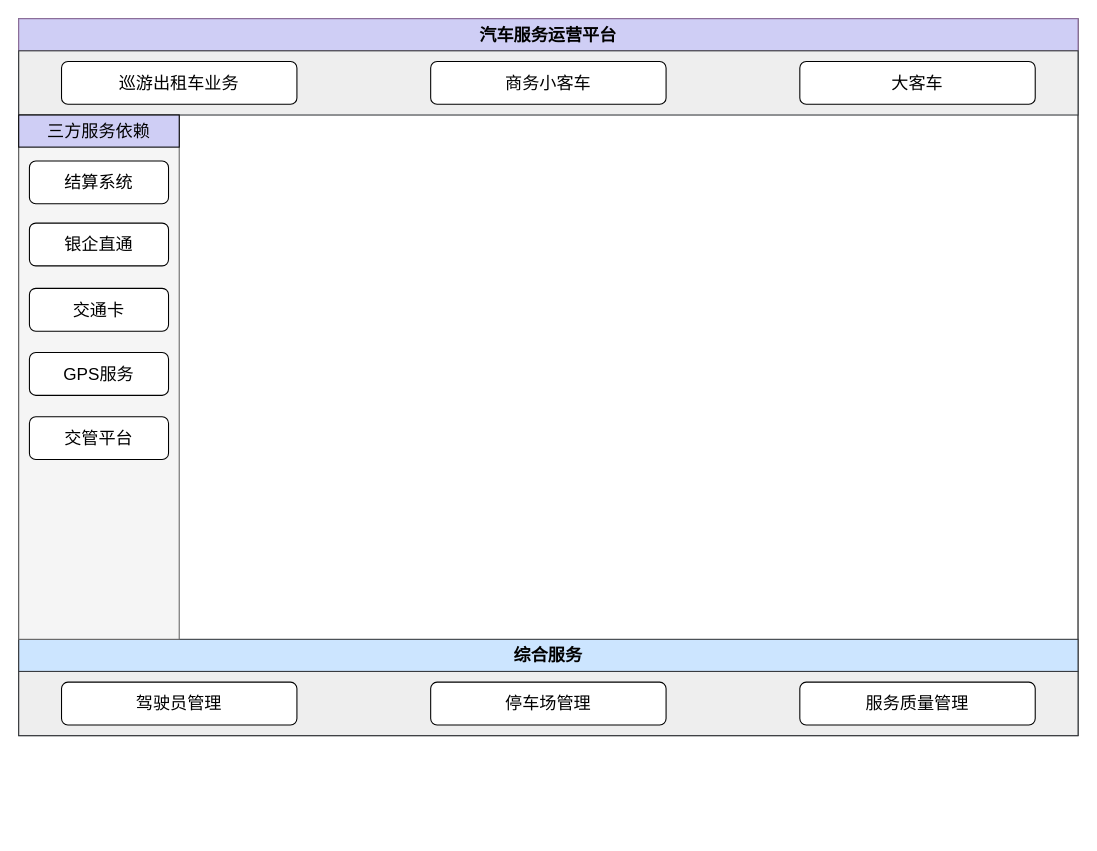
The draw.io diagram 汽车公司业务流程图.drawio in ammengke/my-drawio, before the edit. Source tidied: cells renumbered, new cells numbered last; positions are measured from the earlier drawing's top-left corner, leaving out a move shared by most shapes. Both pictures are drawn from the tidied source at 107%, with x=0, y=0 at pixel (18, 18).
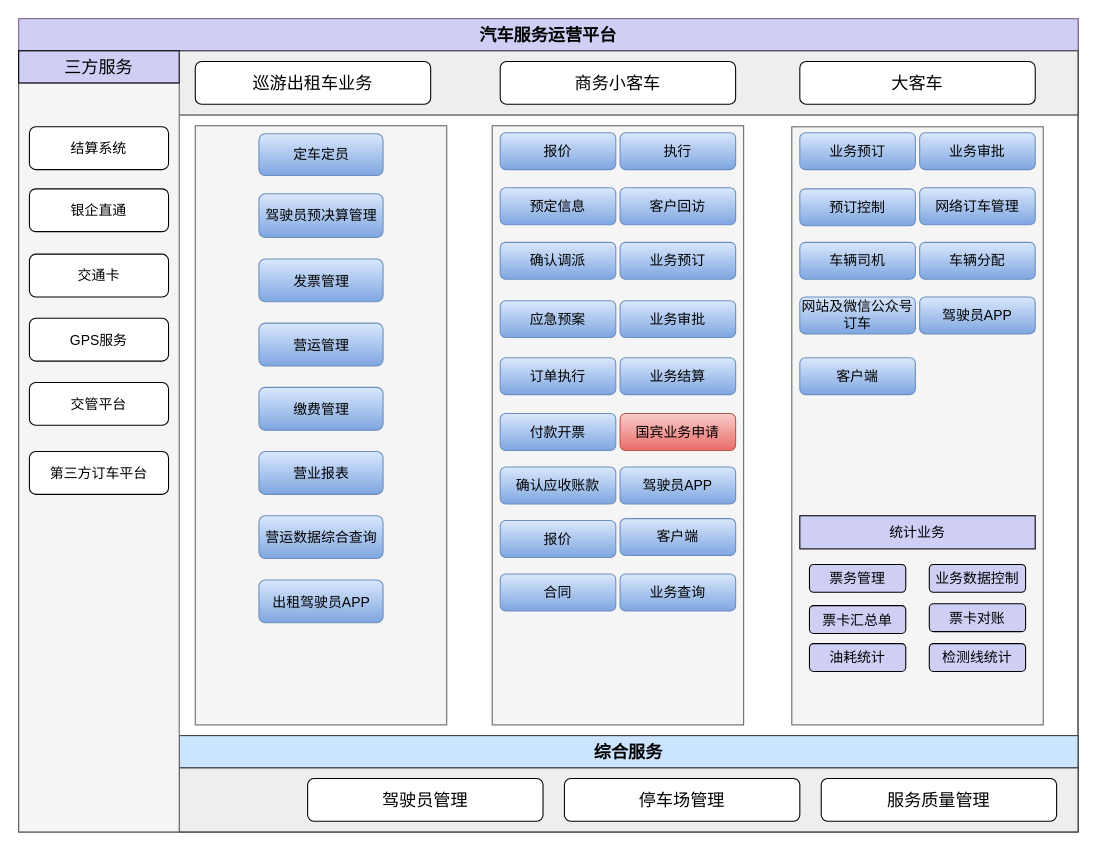
After the change.

Commit message (it also covers changes not shown here):
更新汽车公司业务流程图.drawio

Diff of the diagram source:
```diff
@@
     <mxCell id="2" style="rounded=0;whiteSpace=wrap;html=1;" parent="1" vertex="1">
-      <mxGeometry width="990" height="670" as="geometry" />
+      <mxGeometry width="990" height="760" as="geometry" />
     </mxCell>
@@
     <mxCell id="5" value="巡游出租车业务" style="rounded=1;whiteSpace=wrap;html=1;fontSize=16;" parent="1" vertex="1">
-      <mxGeometry x="40" y="40" width="220" height="40" as="geometry" />
+      <mxGeometry x="165" y="40" width="220" height="40" as="geometry" />
     </mxCell>
     <mxCell id="6" value="商务小客车" style="rounded=1;whiteSpace=wrap;html=1;fontSize=16;" parent="1" vertex="1">
-      <mxGeometry x="385" y="40" width="220" height="40" as="geometry" />
+      <mxGeometry x="450" y="40" width="220" height="40" as="geometry" />
     </mxCell>
@@
     <mxCell id="8" style="rounded=0;whiteSpace=wrap;html=1;fontSize=16;fillColor=#eeeeee;strokeColor=#36393d;" parent="1" vertex="1">
-      <mxGeometry y="610" width="990" height="60" as="geometry" />
+      <mxGeometry x="150" y="700" width="840" height="60" as="geometry" />
     </mxCell>
     <mxCell id="9" value="综合服务" style="rounded=0;whiteSpace=wrap;html=1;fillColor=#cce5ff;strokeColor=#36393d;fontStyle=1;fontSize=16;" parent="1" vertex="1">
-      <mxGeometry y="580" width="990" height="30" as="geometry" />
+      <mxGeometry x="150" y="670" width="840" height="30" as="geometry" />
     </mxCell>
     <mxCell id="10" value="驾驶员管理" style="rounded=1;whiteSpace=wrap;html=1;fontSize=16;" parent="1" vertex="1">
-      <mxGeometry x="40" y="620" width="220" height="40" as="geometry" />
+      <mxGeometry x="270" y="710" width="220" height="40" as="geometry" />
     </mxCell>
     <mxCell id="11" value="停车场管理" style="rounded=1;whiteSpace=wrap;html=1;fontSize=16;" parent="1" vertex="1">
-      <mxGeometry x="385" y="620" width="220" height="40" as="geometry" />
+      <mxGeometry x="510" y="710" width="220" height="40" as="geometry" />
     </mxCell>
     <mxCell id="12" value="服务质量管理" style="rounded=1;whiteSpace=wrap;html=1;fontSize=16;" parent="1" vertex="1">
-      <mxGeometry x="730" y="620" width="220" height="40" as="geometry" />
+      <mxGeometry x="750" y="710" width="220" height="40" as="geometry" />
     </mxCell>
     <mxCell id="13" style="rounded=0;whiteSpace=wrap;html=1;fontSize=16;fillColor=#f5f5f5;strokeColor=#666666;fontColor=#333333;" parent="1" vertex="1">
-      <mxGeometry y="90" width="150" height="490" as="geometry" />
+      <mxGeometry y="60" width="150" height="700" as="geometry" />
     </mxCell>
-    <mxCell id="14" value="三方服务依赖" style="rounded=0;whiteSpace=wrap;html=1;fontSize=16;fillColor=#CFCEF5;" parent="1" vertex="1">
-      <mxGeometry y="90" width="150" height="30" as="geometry" />
+    <mxCell id="14" value="三方服务" style="rounded=0;whiteSpace=wrap;html=1;fontSize=16;fillColor=#CFCEF5;" parent="1" vertex="1">
+      <mxGeometry y="30" width="150" height="30" as="geometry" />
     </mxCell>
-    <mxCell id="15" value="结算系统" style="rounded=1;whiteSpace=wrap;html=1;fontSize=16;" parent="1" vertex="1">
-      <mxGeometry x="10" y="133" width="130" height="40" as="geometry" />
+    <mxCell id="15" value="结算系统" style="rounded=1;whiteSpace=wrap;html=1;fontSize=13;" parent="1" vertex="1">
+      <mxGeometry x="10" y="101" width="130" height="40" as="geometry" />
     </mxCell>
-    <mxCell id="16" value="银企直通" style="rounded=1;whiteSpace=wrap;html=1;fontSize=16;" parent="1" vertex="1">
-      <mxGeometry x="10" y="191" width="130" height="40" as="geometry" />
+    <mxCell id="16" value="银企直通" style="rounded=1;whiteSpace=wrap;html=1;fontSize=13;" parent="1" vertex="1">
+      <mxGeometry x="10" y="159" width="130" height="40" as="geometry" />
     </mxCell>
-    <mxCell id="17" value="交通卡" style="rounded=1;whiteSpace=wrap;html=1;fontSize=16;" parent="1" vertex="1">
-      <mxGeometry x="10" y="252" width="130" height="40" as="geometry" />
+    <mxCell id="17" value="交通卡" style="rounded=1;whiteSpace=wrap;html=1;fontSize=13;" parent="1" vertex="1">
+      <mxGeometry x="10" y="220" width="130" height="40" as="geometry" />
     </mxCell>
-    <mxCell id="18" value="GPS服务" style="rounded=1;whiteSpace=wrap;html=1;fontSize=16;" parent="1" vertex="1">
-      <mxGeometry x="10" y="312" width="130" height="40" as="geometry" />
+    <mxCell id="18" value="GPS服务" style="rounded=1;whiteSpace=wrap;html=1;fontSize=13;" parent="1" vertex="1">
+      <mxGeometry x="10" y="280" width="130" height="40" as="geometry" />
     </mxCell>
-    <mxCell id="19" value="交管平台" style="rounded=1;whiteSpace=wrap;html=1;fontSize=16;" parent="1" vertex="1">
-      <mxGeometry x="10" y="372" width="130" height="40" as="geometry" />
+    <mxCell id="19" value="交管平台" style="rounded=1;whiteSpace=wrap;html=1;fontSize=13;" parent="1" vertex="1">
+      <mxGeometry x="10" y="340" width="130" height="40" as="geometry" />
     </mxCell>
+    <mxCell id="20" style="rounded=0;whiteSpace=wrap;html=1;fontSize=13;fillColor=#f5f5f5;strokeColor=#666666;fontColor=#333333;" parent="1" vertex="1">
+      <mxGeometry x="165" y="100" width="235" height="560" as="geometry" />
+    </mxCell>
+    <mxCell id="21" value="定车定员" style="rounded=1;whiteSpace=wrap;html=1;fontSize=13;fillColor=#dae8fc;strokeColor=#6c8ebf;gradientColor=#7ea6e0;" parent="1" vertex="1">
+      <mxGeometry x="224.5" y="107.5" width="116" height="39" as="geometry" />
+    </mxCell>
+    <mxCell id="22" value="驾驶员预决算管理" style="rounded=1;whiteSpace=wrap;html=1;fontSize=13;fillColor=#dae8fc;strokeColor=#6c8ebf;gradientColor=#7ea6e0;" parent="1" vertex="1">
+      <mxGeometry x="224.5" y="163.5" width="116" height="41" as="geometry" />
+    </mxCell>
+    <mxCell id="23" value="发票管理" style="rounded=1;whiteSpace=wrap;html=1;fontSize=13;fillColor=#dae8fc;strokeColor=#6c8ebf;gradientColor=#7ea6e0;" parent="1" vertex="1">
+      <mxGeometry x="224.5" y="224.5" width="116" height="40" as="geometry" />
+    </mxCell>
+    <mxCell id="24" value="营运管理" style="rounded=1;whiteSpace=wrap;html=1;fontSize=13;fillColor=#dae8fc;strokeColor=#6c8ebf;gradientColor=#7ea6e0;" parent="1" vertex="1">
+      <mxGeometry x="224.5" y="284.5" width="116" height="40" as="geometry" />
+    </mxCell>
+    <mxCell id="25" value="缴费管理" style="rounded=1;whiteSpace=wrap;html=1;fontSize=13;fillColor=#dae8fc;strokeColor=#6c8ebf;gradientColor=#7ea6e0;" parent="1" vertex="1">
+      <mxGeometry x="224.5" y="344.5" width="116" height="40" as="geometry" />
+    </mxCell>
+    <mxCell id="26" value="营业报表" style="rounded=1;whiteSpace=wrap;html=1;fontSize=13;fillColor=#dae8fc;strokeColor=#6c8ebf;gradientColor=#7ea6e0;" parent="1" vertex="1">
+      <mxGeometry x="224.5" y="404.5" width="116" height="40" as="geometry" />
+    </mxCell>
+    <mxCell id="27" value="营运数据综合查询" style="rounded=1;whiteSpace=wrap;html=1;fontSize=13;fillColor=#dae8fc;strokeColor=#6c8ebf;gradientColor=#7ea6e0;" parent="1" vertex="1">
+      <mxGeometry x="224.5" y="464.5" width="116" height="40" as="geometry" />
+    </mxCell>
+    <mxCell id="28" value="出租驾驶员APP" style="rounded=1;whiteSpace=wrap;html=1;fontSize=13;fillColor=#dae8fc;strokeColor=#6c8ebf;gradientColor=#7ea6e0;" parent="1" vertex="1">
+      <mxGeometry x="224.5" y="524.5" width="116" height="40" as="geometry" />
+    </mxCell>
+    <mxCell id="29" value="第三方订车平台" style="rounded=1;whiteSpace=wrap;html=1;fontSize=13;" parent="1" vertex="1">
+      <mxGeometry x="10" y="404.5" width="130" height="40" as="geometry" />
+    </mxCell>
+    <mxCell id="30" style="rounded=0;whiteSpace=wrap;html=1;fontSize=13;fillColor=#f5f5f5;strokeColor=#666666;fontColor=#333333;" parent="1" vertex="1">
+      <mxGeometry x="442.5" y="100" width="235" height="560" as="geometry" />
+    </mxCell>
+    <mxCell id="31" value="报价" style="rounded=1;whiteSpace=wrap;html=1;fontSize=13;fillColor=#dae8fc;strokeColor=#6c8ebf;gradientColor=#7ea6e0;" parent="1" vertex="1">
+      <mxGeometry x="450" y="106.5" width="108" height="34.5" as="geometry" />
+    </mxCell>
+    <mxCell id="32" value="预定信息" style="rounded=1;whiteSpace=wrap;html=1;fontSize=13;fillColor=#dae8fc;strokeColor=#6c8ebf;gradientColor=#7ea6e0;" parent="1" vertex="1">
+      <mxGeometry x="450" y="158" width="108" height="34.5" as="geometry" />
+    </mxCell>
+    <mxCell id="33" value="确认调派" style="rounded=1;whiteSpace=wrap;html=1;fontSize=13;fillColor=#dae8fc;strokeColor=#6c8ebf;gradientColor=#7ea6e0;" parent="1" vertex="1">
+      <mxGeometry x="450" y="209" width="108" height="34.5" as="geometry" />
+    </mxCell>
+    <mxCell id="34" value="应急预案" style="rounded=1;whiteSpace=wrap;html=1;fontSize=13;fillColor=#dae8fc;strokeColor=#6c8ebf;gradientColor=#7ea6e0;" parent="1" vertex="1">
+      <mxGeometry x="450" y="263.5" width="108" height="34.5" as="geometry" />
+    </mxCell>
+    <mxCell id="35" value="付款开票" style="rounded=1;whiteSpace=wrap;html=1;fontSize=13;fillColor=#dae8fc;strokeColor=#6c8ebf;gradientColor=#7ea6e0;" parent="1" vertex="1">
+      <mxGeometry x="450" y="369" width="108" height="34.5" as="geometry" />
+    </mxCell>
+    <mxCell id="36" value="确认应收账款" style="rounded=1;whiteSpace=wrap;html=1;fontSize=13;fillColor=#dae8fc;strokeColor=#6c8ebf;gradientColor=#7ea6e0;" parent="1" vertex="1">
+      <mxGeometry x="450" y="419" width="108" height="34.5" as="geometry" />
+    </mxCell>
+    <mxCell id="37" value="报价" style="rounded=1;whiteSpace=wrap;html=1;fontSize=13;fillColor=#dae8fc;strokeColor=#6c8ebf;gradientColor=#7ea6e0;" parent="1" vertex="1">
+      <mxGeometry x="450" y="469" width="108" height="34.5" as="geometry" />
+    </mxCell>
+    <mxCell id="38" value="合同" style="rounded=1;whiteSpace=wrap;html=1;fontSize=13;fillColor=#dae8fc;strokeColor=#6c8ebf;gradientColor=#7ea6e0;" parent="1" vertex="1">
+      <mxGeometry x="450" y="519" width="108" height="34.5" as="geometry" />
+    </mxCell>
+    <mxCell id="39" value="订单执行" style="rounded=1;whiteSpace=wrap;html=1;fontSize=13;fillColor=#dae8fc;strokeColor=#6c8ebf;gradientColor=#7ea6e0;" parent="1" vertex="1">
+      <mxGeometry x="450" y="316.8" width="108" height="34.5" as="geometry" />
+    </mxCell>
+    <mxCell id="40" value="执行" style="rounded=1;whiteSpace=wrap;html=1;fontSize=13;fillColor=#dae8fc;strokeColor=#6c8ebf;gradientColor=#7ea6e0;" parent="1" vertex="1">
+      <mxGeometry x="562" y="106.5" width="108" height="34.5" as="geometry" />
+    </mxCell>
+    <mxCell id="41" value="客户回访" style="rounded=1;whiteSpace=wrap;html=1;fontSize=13;fillColor=#dae8fc;strokeColor=#6c8ebf;gradientColor=#7ea6e0;" parent="1" vertex="1">
+      <mxGeometry x="562" y="158" width="108" height="34.5" as="geometry" />
+    </mxCell>
+    <mxCell id="42" value="业务预订" style="rounded=1;whiteSpace=wrap;html=1;fontSize=13;fillColor=#dae8fc;strokeColor=#6c8ebf;gradientColor=#7ea6e0;" parent="1" vertex="1">
+      <mxGeometry x="562" y="209" width="108" height="34.5" as="geometry" />
+    </mxCell>
+    <mxCell id="43" value="业务审批" style="rounded=1;whiteSpace=wrap;html=1;fontSize=13;fillColor=#dae8fc;strokeColor=#6c8ebf;gradientColor=#7ea6e0;" parent="1" vertex="1">
+      <mxGeometry x="562" y="263.5" width="108" height="34.5" as="geometry" />
+    </mxCell>
+    <mxCell id="44" value="业务结算" style="rounded=1;whiteSpace=wrap;html=1;fontSize=13;fillColor=#dae8fc;strokeColor=#6c8ebf;gradientColor=#7ea6e0;" parent="1" vertex="1">
+      <mxGeometry x="562" y="316.8" width="108" height="34.5" as="geometry" />
+    </mxCell>
+    <mxCell id="45" value="国宾业务申请" style="rounded=1;whiteSpace=wrap;html=1;fontSize=13;fillColor=#f8cecc;strokeColor=#b85450;gradientColor=#ea6b66;" parent="1" vertex="1">
+      <mxGeometry x="562" y="369" width="108" height="34.5" as="geometry" />
+    </mxCell>
+    <mxCell id="46" value="驾驶员APP" style="rounded=1;whiteSpace=wrap;html=1;fontSize=13;fillColor=#dae8fc;strokeColor=#6c8ebf;gradientColor=#7ea6e0;" parent="1" vertex="1">
+      <mxGeometry x="562" y="419" width="108" height="34.5" as="geometry" />
+    </mxCell>
+    <mxCell id="47" value="业务查询　" style="rounded=1;whiteSpace=wrap;html=1;fontSize=13;fillColor=#dae8fc;strokeColor=#6c8ebf;gradientColor=#7ea6e0;" parent="1" vertex="1">
+      <mxGeometry x="562" y="519" width="108" height="34.5" as="geometry" />
+    </mxCell>
+    <mxCell id="48" style="rounded=0;whiteSpace=wrap;html=1;fontSize=13;fillColor=#f5f5f5;strokeColor=#666666;fontColor=#333333;" parent="1" vertex="1">
+      <mxGeometry x="722.5" y="101" width="235" height="559" as="geometry" />
+    </mxCell>
+    <mxCell id="49" value="业务预订" style="rounded=1;whiteSpace=wrap;html=1;fontSize=13;fillColor=#dae8fc;strokeColor=#6c8ebf;gradientColor=#7ea6e0;" parent="1" vertex="1">
+      <mxGeometry x="730" y="106.5" width="108" height="34.5" as="geometry" />
+    </mxCell>
+    <mxCell id="50" value="业务审批" style="rounded=1;whiteSpace=wrap;html=1;fontSize=13;fillColor=#dae8fc;strokeColor=#6c8ebf;gradientColor=#7ea6e0;" parent="1" vertex="1">
+      <mxGeometry x="842" y="106.5" width="108" height="34.5" as="geometry" />
+    </mxCell>
+    <mxCell id="51" value="预订控制" style="rounded=1;whiteSpace=wrap;html=1;fontSize=13;fillColor=#dae8fc;strokeColor=#6c8ebf;gradientColor=#7ea6e0;" parent="1" vertex="1">
+      <mxGeometry x="730" y="159" width="108" height="34.5" as="geometry" />
+    </mxCell>
+    <mxCell id="52" value="网络订车管理" style="rounded=1;whiteSpace=wrap;html=1;fontSize=13;fillColor=#dae8fc;strokeColor=#6c8ebf;gradientColor=#7ea6e0;" parent="1" vertex="1">
+      <mxGeometry x="842" y="158" width="108" height="34.5" as="geometry" />
+    </mxCell>
+    <mxCell id="53" value="车辆司机" style="rounded=1;whiteSpace=wrap;html=1;fontSize=13;fillColor=#dae8fc;strokeColor=#6c8ebf;gradientColor=#7ea6e0;" parent="1" vertex="1">
+      <mxGeometry x="730" y="209" width="108" height="34.5" as="geometry" />
+    </mxCell>
+    <mxCell id="54" value="车辆分配" style="rounded=1;whiteSpace=wrap;html=1;fontSize=13;fillColor=#dae8fc;strokeColor=#6c8ebf;gradientColor=#7ea6e0;" parent="1" vertex="1">
+      <mxGeometry x="842" y="209" width="108" height="34.5" as="geometry" />
+    </mxCell>
+    <mxCell id="55" value="网站及微信公众号订车" style="rounded=1;whiteSpace=wrap;html=1;fontSize=13;fillColor=#dae8fc;strokeColor=#6c8ebf;gradientColor=#7ea6e0;" parent="1" vertex="1">
+      <mxGeometry x="730" y="260" width="108" height="34.5" as="geometry" />
+    </mxCell>
+    <mxCell id="56" value="驾驶员APP" style="rounded=1;whiteSpace=wrap;html=1;fontSize=13;fillColor=#dae8fc;strokeColor=#6c8ebf;gradientColor=#7ea6e0;" parent="1" vertex="1">
+      <mxGeometry x="842" y="260" width="108" height="34.5" as="geometry" />
+    </mxCell>
+    <mxCell id="57" value="客户端" style="rounded=1;whiteSpace=wrap;html=1;fontSize=13;fillColor=#dae8fc;strokeColor=#6c8ebf;gradientColor=#7ea6e0;" parent="1" vertex="1">
+      <mxGeometry x="562" y="467.2" width="108" height="34.5" as="geometry" />
+    </mxCell>
+    <mxCell id="58" value="客户端" style="rounded=1;whiteSpace=wrap;html=1;fontSize=13;fillColor=#dae8fc;strokeColor=#6c8ebf;gradientColor=#7ea6e0;" parent="1" vertex="1">
+      <mxGeometry x="730" y="316.8" width="108" height="34.5" as="geometry" />
+    </mxCell>
+    <mxCell id="59" value="统计业务" style="rounded=0;whiteSpace=wrap;html=1;fontSize=13;fillColor=#CFCEF5;" parent="1" vertex="1">
+      <mxGeometry x="730" y="464.5" width="220" height="31" as="geometry" />
+    </mxCell>
+    <mxCell id="60" value="票务管理" style="rounded=1;whiteSpace=wrap;html=1;fontSize=13;fillColor=#CFCEF5;" parent="1" vertex="1">
+      <mxGeometry x="739" y="510" width="90" height="26" as="geometry" />
+    </mxCell>
+    <mxCell id="61" value="业务数据控制" style="rounded=1;whiteSpace=wrap;html=1;fontSize=13;fillColor=#CFCEF5;" parent="1" vertex="1">
+      <mxGeometry x="851" y="510" width="90" height="26" as="geometry" />
+    </mxCell>
+    <mxCell id="62" value="票卡汇总单" style="rounded=1;whiteSpace=wrap;html=1;fontSize=13;fillColor=#CFCEF5;" parent="1" vertex="1">
+      <mxGeometry x="739" y="548.5" width="90" height="26" as="geometry" />
+    </mxCell>
+    <mxCell id="63" value="票卡对账" style="rounded=1;whiteSpace=wrap;html=1;fontSize=13;fillColor=#CFCEF5;" parent="1" vertex="1">
+      <mxGeometry x="851" y="546.8" width="90" height="26" as="geometry" />
+    </mxCell>
+    <mxCell id="64" value="油耗统计" style="rounded=1;whiteSpace=wrap;html=1;fontSize=13;fillColor=#CFCEF5;" parent="1" vertex="1">
+      <mxGeometry x="739" y="584" width="90" height="26" as="geometry" />
+    </mxCell>
+    <mxCell id="65" value="检测线统计" style="rounded=1;whiteSpace=wrap;html=1;fontSize=13;fillColor=#CFCEF5;" parent="1" vertex="1">
+      <mxGeometry x="851" y="584" width="90" height="26" as="geometry" />
+    </mxCell>
```
